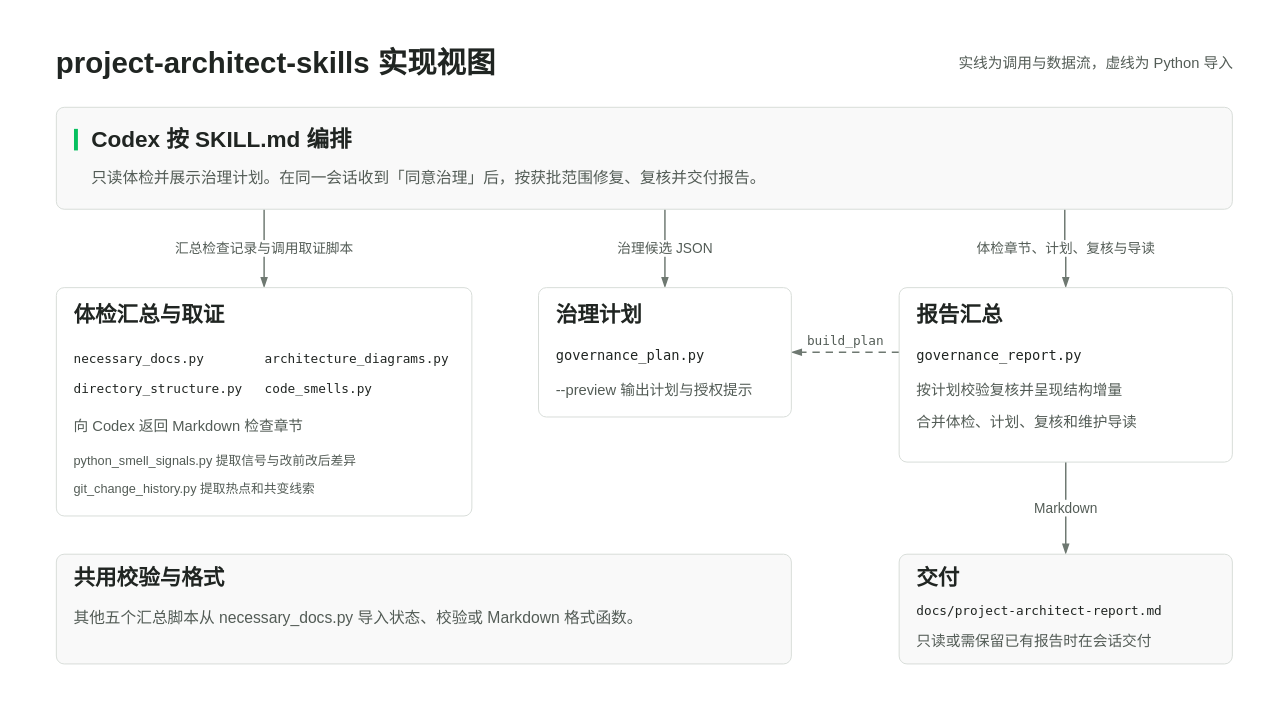
This is docs/diagrams/implementation-architecture.drawio from cabbage2000-lab/project-architect-skills, a draw.io file, before an edit. Source tidied: cells renumbered, new cells numbered last; positions are measured from the earlier drawing's top-left corner, leaving out a move shared by most shapes. Both pictures are drawn from the tidied source at 98%, with x=0, y=0 at pixel (17, 17).
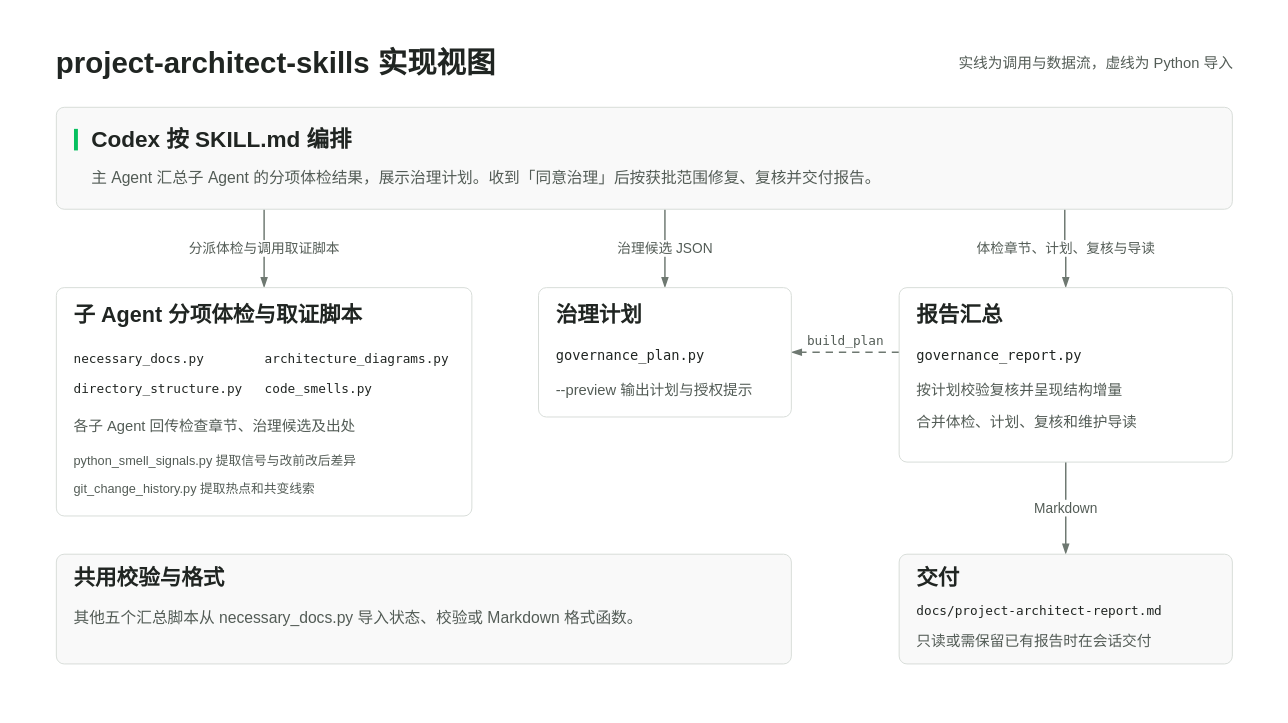
Above is the later version.

Commit message (it also covers changes not shown here):
分派子 Agent 体检并按评估结果推荐治理事项

The change refers to these unchanged cells:
```xml
<mxCell id="2" style="rounded=0;fillColor=#FFFFFF;strokeColor=none;html=1;" parent="1" vertex="1">
  <mxGeometry width="1280" height="704" as="geometry" />
</mxCell>
<mxCell id="10" style="rounded=1;absoluteArcSize=1;arcSize=16;strokeWidth=1;html=1;fillColor=#F9F9F9;strokeColor=#D8DDD9;" parent="2" vertex="1">
  <mxGeometry x="40" y="92" width="1200" height="104" as="geometry" />
</mxCell>
<mxCell id="14" style="rounded=1;absoluteArcSize=1;arcSize=16;strokeWidth=1;html=1;fillColor=#FFFFFF;strokeColor=#D8DDD9;" parent="2" vertex="1">
  <mxGeometry x="40" y="276" width="424" height="233" as="geometry" />
</mxCell>
```

Diff of the diagram source:
```diff
@@
-    <mxCell id="5" value="汇总检查记录与调用取证脚本" style="edgeStyle=orthogonalEdgeStyle;rounded=1;jettySize=auto;html=1;strokeColor=#6E7871;strokeWidth=1.5;endArrow=blockThin;endFill=1;endSize=7;fontFamily=PingFang SC;fontSize=14;fontColor=#535C56;labelBackgroundColor=#FFFFFF;exitX=0.176666667;exitY=1;entryX=0.5;entryY=0;" parent="2" edge="1" source="10" target="14">
+    <mxCell id="5" value="分派体检与调用取证脚本" style="edgeStyle=orthogonalEdgeStyle;rounded=1;jettySize=auto;html=1;strokeColor=#6E7871;strokeWidth=1.5;endArrow=blockThin;endFill=1;endSize=7;fontFamily=PingFang SC;fontSize=14;fontColor=#535C56;labelBackgroundColor=#FFFFFF;exitX=0.176666667;exitY=1;entryX=0.5;entryY=0;" parent="2" edge="1" source="10" target="14">
       <mxGeometry relative="1" as="geometry" />
     </mxCell>
@@
-    <mxCell id="13" value="只读体检并展示治理计划。在同一会话收到「同意治理」后，按获批范围修复、复核并交付报告。" style="text;html=1;whiteSpace=nowrap;fillColor=none;strokeColor=none;verticalAlign=middle;spacing=0;fontFamily=PingFang SC;fontSize=16;fontStyle=0;fontColor=#535C56;align=left;" parent="10" vertex="1">
+    <mxCell id="13" value="主 Agent 汇总子 Agent 的分项体检结果，展示治理计划。收到「同意治理」后按获批范围修复、复核并交付报告。" style="text;html=1;whiteSpace=nowrap;fillColor=none;strokeColor=none;verticalAlign=middle;spacing=0;fontFamily=PingFang SC;fontSize=16;fontStyle=0;fontColor=#535C56;align=left;" parent="10" vertex="1">
       <mxGeometry x="36" y="59" width="1140" height="26" as="geometry" />
     </mxCell>
@@
-    <mxCell id="15" value="体检汇总与取证" style="text;html=1;whiteSpace=nowrap;fillColor=none;strokeColor=none;verticalAlign=middle;spacing=0;fontFamily=PingFang SC;fontSize=22;fontStyle=1;fontColor=#202522;align=left;" parent="14" vertex="1">
+    <mxCell id="15" value="子 Agent 分项体检与取证脚本" style="text;html=1;whiteSpace=nowrap;fillColor=none;strokeColor=none;verticalAlign=middle;spacing=0;fontFamily=PingFang SC;fontSize=22;fontStyle=1;fontColor=#202522;align=left;" parent="14" vertex="1">
       <mxGeometry x="18" y="13" width="380" height="32" as="geometry" />
     </mxCell>
@@
-    <mxCell id="20" value="向 Codex 返回 Markdown 检查章节" style="text;html=1;whiteSpace=nowrap;fillColor=none;strokeColor=none;verticalAlign=middle;spacing=0;fontFamily=PingFang SC;fontSize=15;fontStyle=0;fontColor=#535C56;align=left;" parent="14" vertex="1">
+    <mxCell id="20" value="各子 Agent 回传检查章节、治理候选及出处" style="text;html=1;whiteSpace=nowrap;fillColor=none;strokeColor=none;verticalAlign=middle;spacing=0;fontFamily=PingFang SC;fontSize=15;fontStyle=0;fontColor=#535C56;align=left;" parent="14" vertex="1">
       <mxGeometry x="18" y="129" width="380" height="23" as="geometry" />
     </mxCell>
```
